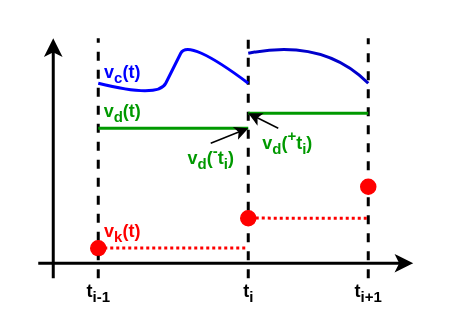
Above: docs/images/PieceWiseContinuousVariables.drawio in modelica/fmi-standard (draw.io), before the change. Source tidied: cells renumbered, new cells numbered last; positions are measured from the earlier drawing's top-left corner, leaving out a move shared by most shapes. Both pictures are drawn from the tidied source at 150%, with x=0, y=0 at pixel (38, 38).
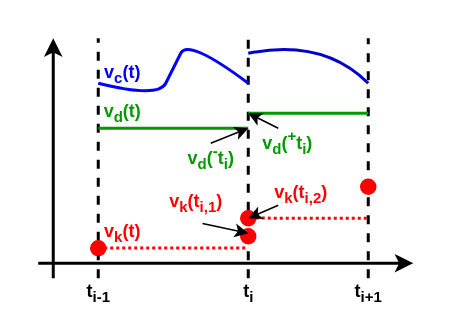
The same diagram, later.

Commit message (it also covers changes not shown here):
Improve diagram to show clocked variables in super-dense time

Diff of the diagram source:
```diff
@@
+    <mxCell id="28" style="ellipse;whiteSpace=wrap;html=1;strokeColor=#FF0000;fillColor=#FF0000;" parent="1" vertex="1">
+      <mxGeometry x="135" y="127" width="10" height="10" as="geometry" />
+    </mxCell>
+    <mxCell id="29" value="&lt;font color=&quot;#ff0000&quot;&gt;&lt;b&gt;v&lt;sub&gt;k&lt;/sub&gt;&lt;/b&gt;&lt;b&gt;(t&lt;sub&gt;i,1&lt;/sub&gt;)&lt;/b&gt;&lt;/font&gt;" style="text;html=1;align=center;verticalAlign=middle;points=[];fillColor=none;strokeColor=none;rounded=0;" parent="1" vertex="1">
+      <mxGeometry x="80" y="100" width="50" height="20" as="geometry" />
+    </mxCell>
+    <mxCell id="30" value="&lt;font color=&quot;#ff0000&quot;&gt;&lt;b&gt;v&lt;sub&gt;k&lt;/sub&gt;&lt;/b&gt;&lt;b&gt;(t&lt;sub&gt;i,2&lt;/sub&gt;)&lt;/b&gt;&lt;/font&gt;" style="text;html=1;align=center;verticalAlign=middle;points=[];fillColor=none;strokeColor=none;rounded=0;" parent="1" vertex="1">
+      <mxGeometry x="150" y="94" width="50" height="20" as="geometry" />
+    </mxCell>
+    <mxCell id="31" style="endArrow=classic;html=1;strokeWidth=1;exitX=0.2;exitY=0.867;exitDx=0;exitDy=0;exitPerimeter=0;" parent="1" edge="1" source="30">
+      <mxGeometry relative="1" as="geometry">
+        <mxPoint x="140" y="120" as="targetPoint" />
+      </mxGeometry>
+    </mxCell>
+    <mxCell id="32" style="endArrow=classic;html=1;strokeWidth=1;exitX=0.59;exitY=1.175;exitDx=0;exitDy=0;exitPerimeter=0;" parent="1" edge="1" source="29">
+      <mxGeometry relative="1" as="geometry">
+        <mxPoint x="140" y="130" as="targetPoint" />
+      </mxGeometry>
+    </mxCell>
```
